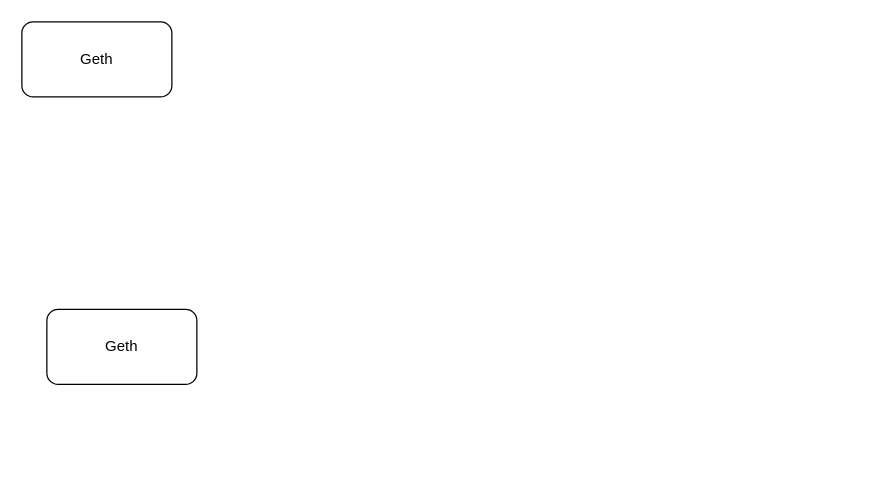
Above: scroll/idea: reuse beacon chain.drawio in 0xyicheng/a-research-diagram (draw.io), before the change. Source tidied: cells renumbered, new cells numbered last; positions are measured from the earlier drawing's top-left corner, leaving out a move shared by most shapes. Both pictures are drawn from the tidied source at 125%, with x=0, y=0 at pixel (21, 21).
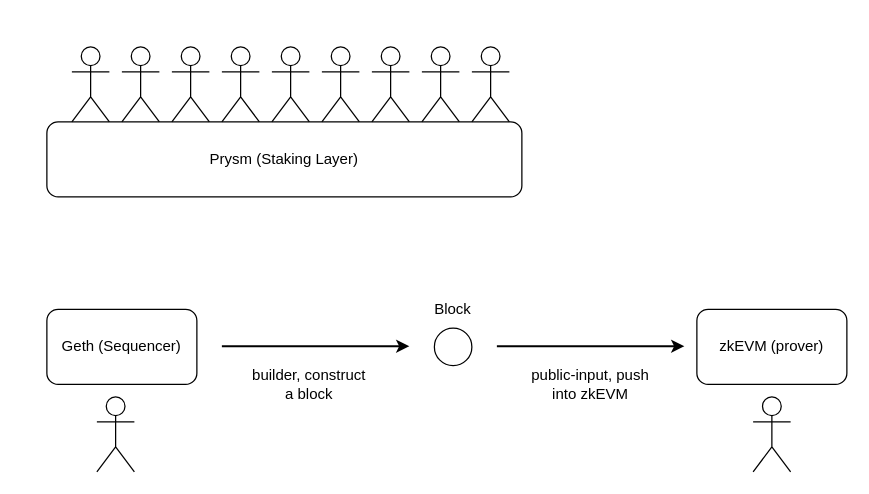
After the change.

Diff of the diagram source:
```diff
@@
-    <mxCell id="2" value="Geth" style="rounded=1;whiteSpace=wrap;html=1;" parent="1" vertex="1">
+    <mxCell id="2" value="Geth (Sequencer)" style="rounded=1;whiteSpace=wrap;html=1;" parent="1" vertex="1">
       <mxGeometry x="20" y="230" width="120" height="60" as="geometry" />
     </mxCell>
-    <mxCell id="3" value="Geth" style="rounded=1;whiteSpace=wrap;html=1;" parent="1" vertex="1">
-      <mxGeometry width="120" height="60" as="geometry" />
+    <mxCell id="3" value="zkEVM (prover)" style="rounded=1;whiteSpace=wrap;html=1;" parent="1" vertex="1">
+      <mxGeometry x="540" y="230" width="120" height="60" as="geometry" />
     </mxCell>
+    <mxCell id="4" style="shape=umlActor;verticalLabelPosition=bottom;verticalAlign=top;html=1;" parent="1" vertex="1">
+      <mxGeometry x="60" y="300" width="30" height="60" as="geometry" />
+    </mxCell>
+    <mxCell id="5" style="shape=umlActor;verticalLabelPosition=bottom;verticalAlign=top;html=1;" parent="1" vertex="1">
+      <mxGeometry x="585" y="300" width="30" height="60" as="geometry" />
+    </mxCell>
+    <mxCell id="6" style="endArrow=classic;html=1;rounded=0;strokeWidth=1.5;" parent="1" edge="1">
+      <mxGeometry relative="1" as="geometry">
+        <mxPoint x="160" y="259.5" as="sourcePoint" />
+        <mxPoint x="310" y="259.5" as="targetPoint" />
+      </mxGeometry>
+    </mxCell>
+    <mxCell id="7" style="ellipse;whiteSpace=wrap;html=1;" parent="1" vertex="1">
+      <mxGeometry x="330" y="245" width="30" height="30" as="geometry" />
+    </mxCell>
+    <mxCell id="8" value="builder, construct a block" style="text;html=1;strokeColor=none;fillColor=none;align=center;verticalAlign=middle;whiteSpace=wrap;rounded=0;" parent="1" vertex="1">
+      <mxGeometry x="180" y="270" width="100" height="40" as="geometry" />
+    </mxCell>
+    <mxCell id="9" style="endArrow=classic;html=1;rounded=0;strokeWidth=1.5;" parent="1" edge="1">
+      <mxGeometry relative="1" as="geometry">
+        <mxPoint x="380" y="259.5" as="sourcePoint" />
+        <mxPoint x="530" y="259.5" as="targetPoint" />
+      </mxGeometry>
+    </mxCell>
+    <mxCell id="10" value="public-input, push into zkEVM" style="text;html=1;strokeColor=none;fillColor=none;align=center;verticalAlign=middle;whiteSpace=wrap;rounded=0;" parent="1" vertex="1">
+      <mxGeometry x="400" y="275" width="110" height="30" as="geometry" />
+    </mxCell>
+    <mxCell id="11" value="Block" style="text;html=1;strokeColor=none;fillColor=none;align=center;verticalAlign=middle;whiteSpace=wrap;rounded=0;" parent="1" vertex="1">
+      <mxGeometry x="315" y="215" width="60" height="30" as="geometry" />
+    </mxCell>
+    <mxCell id="12" value="Prysm (Staking Layer)" style="rounded=1;whiteSpace=wrap;html=1;" parent="1" vertex="1">
+      <mxGeometry x="20" y="80" width="380" height="60" as="geometry" />
+    </mxCell>
+    <mxCell id="13" style="shape=umlActor;verticalLabelPosition=bottom;verticalAlign=top;html=1;" parent="1" vertex="1">
+      <mxGeometry x="40" y="20" width="30" height="60" as="geometry" />
+    </mxCell>
+    <mxCell id="14" style="shape=umlActor;verticalLabelPosition=bottom;verticalAlign=top;html=1;" parent="1" vertex="1">
+      <mxGeometry x="80" y="20" width="30" height="60" as="geometry" />
+    </mxCell>
+    <mxCell id="15" style="shape=umlActor;verticalLabelPosition=bottom;verticalAlign=top;html=1;" parent="1" vertex="1">
+      <mxGeometry x="120" y="20" width="30" height="60" as="geometry" />
+    </mxCell>
+    <mxCell id="16" style="shape=umlActor;verticalLabelPosition=bottom;verticalAlign=top;html=1;" parent="1" vertex="1">
+      <mxGeometry x="160" y="20" width="30" height="60" as="geometry" />
+    </mxCell>
+    <mxCell id="17" style="shape=umlActor;verticalLabelPosition=bottom;verticalAlign=top;html=1;" parent="1" vertex="1">
+      <mxGeometry x="200" y="20" width="30" height="60" as="geometry" />
+    </mxCell>
+    <mxCell id="18" style="shape=umlActor;verticalLabelPosition=bottom;verticalAlign=top;html=1;" parent="1" vertex="1">
+      <mxGeometry x="240" y="20" width="30" height="60" as="geometry" />
+    </mxCell>
+    <mxCell id="19" style="shape=umlActor;verticalLabelPosition=bottom;verticalAlign=top;html=1;" parent="1" vertex="1">
+      <mxGeometry x="280" y="20" width="30" height="60" as="geometry" />
+    </mxCell>
+    <mxCell id="20" style="shape=umlActor;verticalLabelPosition=bottom;verticalAlign=top;html=1;" parent="1" vertex="1">
+      <mxGeometry x="320" y="20" width="30" height="60" as="geometry" />
+    </mxCell>
+    <mxCell id="21" style="shape=umlActor;verticalLabelPosition=bottom;verticalAlign=top;html=1;" parent="1" vertex="1">
+      <mxGeometry x="360" y="20" width="30" height="60" as="geometry" />
+    </mxCell>
```
